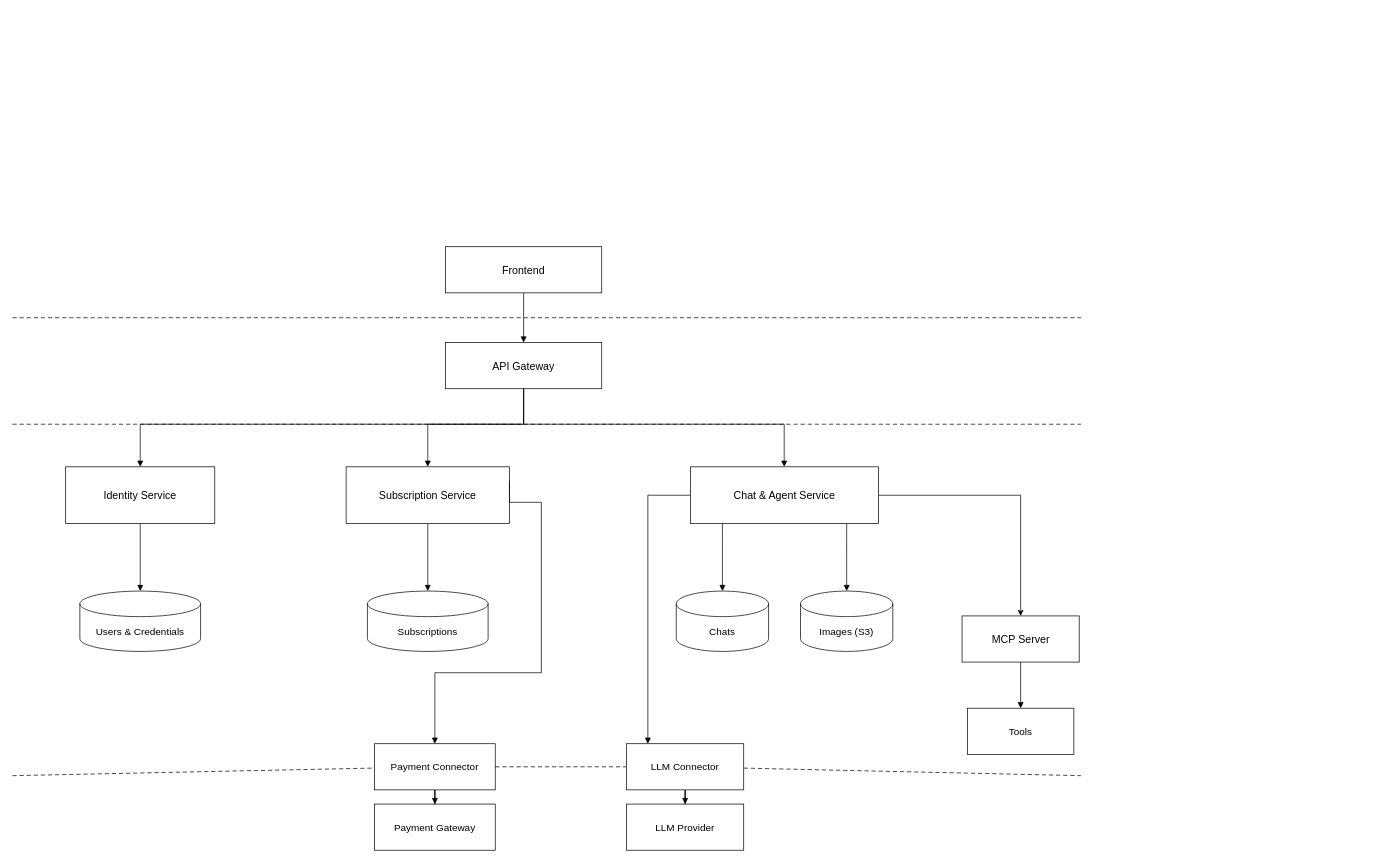
ilyascw/ai-th-microservices keeps this draw.io diagram as Microservices.drawio. Above is the earlier version. Source tidied: cells renumbered, new cells numbered last; positions are measured from the earlier drawing's top-left corner, leaving out a move shared by most shapes. Both pictures are drawn from the tidied source at 71%, with x=0, y=0 at pixel (12, 246).
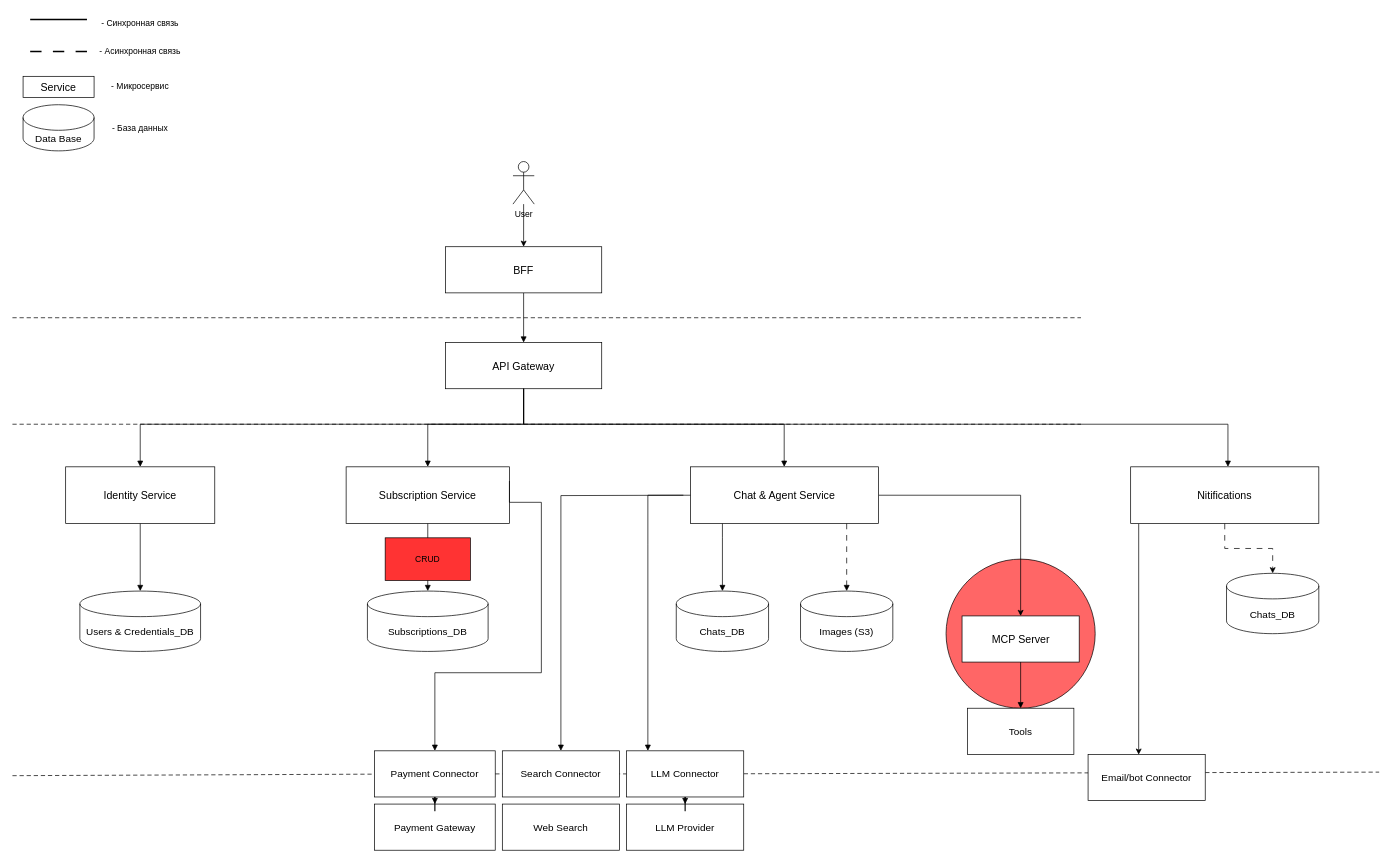
Above is the later version.

Commit message (it also covers changes not shown here):
Update microservices diagram and rendering notes

The change refers to these unchanged cells:
```xml
<mxCell id="2" value="API Gateway" style="rounded=0;whiteSpace=wrap;html=1;fillColor=#FFFFFF;strokeColor=#000000;strokeWidth=1;fontColor=#000000;fontSize=15;" parent="1" vertex="1">
  <mxGeometry x="610" y="135" width="220" height="65" as="geometry" />
</mxCell>
<mxCell id="6" value="Chat &amp;amp; Agent Service" style="rounded=0;whiteSpace=wrap;html=1;fillColor=#FFFFFF;strokeColor=#000000;strokeWidth=1;fontColor=#000000;fontSize=15;" parent="1" vertex="1">
  <mxGeometry x="955" y="310" width="265" height="80" as="geometry" />
</mxCell>
<mxCell id="10" value="Images (S3)" style="shape=cylinder3;whiteSpace=wrap;html=1;boundedLbl=1;backgroundOutline=1;size=18;fillColor=#FFFFFF;strokeColor=#000000;strokeWidth=1;fontColor=#000000;fontSize=14;" parent="1" vertex="1">
  <mxGeometry x="1110" y="485" width="130" height="85" as="geometry" />
</mxCell>
```

The edit, as a diff of the source:
```diff
@@
+    <mxCell id="36" style="ellipse;whiteSpace=wrap;html=1;shapeInside=1;fillColor=#FF6666;" parent="1" vertex="1">
+      <mxGeometry x="1315" y="440" width="210" height="210" as="geometry" />
+    </mxCell>
@@
-    <mxCell id="7" value="Users &amp;amp; Credentials" style="shape=cylinder3;whiteSpace=wrap;html=1;boundedLbl=1;backgroundOutline=1;size=18;fillColor=#FFFFFF;strokeColor=#000000;strokeWidth=1;fontColor=#000000;fontSize=14;" parent="1" vertex="1">
+    <mxCell id="7" value="Users &amp;amp; Credentials_DB" style="shape=cylinder3;whiteSpace=wrap;html=1;boundedLbl=1;backgroundOutline=1;size=18;fillColor=#FFFFFF;strokeColor=#000000;strokeWidth=1;fontColor=#000000;fontSize=14;" parent="1" vertex="1">
       <mxGeometry x="95" y="485" width="170" height="85" as="geometry" />
     </mxCell>
-    <mxCell id="8" value="Subscriptions" style="shape=cylinder3;whiteSpace=wrap;html=1;boundedLbl=1;backgroundOutline=1;size=18;fillColor=#FFFFFF;strokeColor=#000000;strokeWidth=1;fontColor=#000000;fontSize=14;" parent="1" vertex="1">
+    <mxCell id="8" value="Subscriptions_DB" style="shape=cylinder3;whiteSpace=wrap;html=1;boundedLbl=1;backgroundOutline=1;size=18;fillColor=#FFFFFF;strokeColor=#000000;strokeWidth=1;fontColor=#000000;fontSize=14;" parent="1" vertex="1">
       <mxGeometry x="500" y="485" width="170" height="85" as="geometry" />
     </mxCell>
-    <mxCell id="9" value="Chats" style="shape=cylinder3;whiteSpace=wrap;html=1;boundedLbl=1;backgroundOutline=1;size=18;fillColor=#FFFFFF;strokeColor=#000000;strokeWidth=1;fontColor=#000000;fontSize=14;" parent="1" vertex="1">
+    <mxCell id="9" value="Chats_DB" style="shape=cylinder3;whiteSpace=wrap;html=1;boundedLbl=1;backgroundOutline=1;size=18;fillColor=#FFFFFF;strokeColor=#000000;strokeWidth=1;fontColor=#000000;fontSize=14;" parent="1" vertex="1">
       <mxGeometry x="935" y="485" width="130" height="85" as="geometry" />
     </mxCell>
@@
-    <mxCell id="22" style="edgeStyle=orthogonalEdgeStyle;rounded=0;jettySize=auto;html=1;endArrow=block;endFill=1;strokeColor=#000000;fontColor=#000000;labelBackgroundColor=#FFFFFF;" parent="1" edge="1" source="6" target="10">
+    <mxCell id="22" style="edgeStyle=orthogonalEdgeStyle;rounded=0;jettySize=auto;html=1;endArrow=block;endFill=1;strokeColor=#000000;fontColor=#000000;labelBackgroundColor=#FFFFFF;dashed=1;dashPattern=8 8;" parent="1" edge="1" source="6" target="10">
       <mxGeometry relative="1" as="geometry">
         <Array as="points">
           <mxPoint x="1175" y="420" />
           <mxPoint x="1175" y="420" />
         </Array>
       </mxGeometry>
     </mxCell>
@@
     <mxCell id="30" style="endArrow=none;startArrow=none;dashed=1;dashPattern=6 4;html=1;strokeColor=#000000;strokeWidth=1;" parent="1" edge="1" source="34">
       <mxGeometry relative="1" as="geometry">
-        <mxPoint x="1505" y="745" as="targetPoint" />
+        <mxPoint x="1925" y="740" as="targetPoint" />
       </mxGeometry>
     </mxCell>
@@
     <mxCell id="32" value="Payment Connector" style="rounded=0;whiteSpace=wrap;html=1;fillColor=#FFFFFF;strokeColor=#000000;strokeWidth=1;fontColor=#000000;fontSize=14;" parent="1" vertex="1">
-      <mxGeometry x="510" y="700" width="170" height="65" as="geometry" />
+      <mxGeometry x="510" y="710" width="170" height="65" as="geometry" />
     </mxCell>
@@
     <mxCell id="34" value="LLM Connector" style="rounded=0;whiteSpace=wrap;html=1;fillColor=#FFFFFF;strokeColor=#000000;strokeWidth=1;fontColor=#000000;fontSize=14;" parent="1" vertex="1">
-      <mxGeometry x="865" y="700" width="165" height="65" as="geometry" />
+      <mxGeometry x="865" y="710" width="165" height="65" as="geometry" />
     </mxCell>
-    <mxCell id="35" value="Frontend" style="rounded=0;whiteSpace=wrap;html=1;fillColor=#FFFFFF;strokeColor=#000000;strokeWidth=1;fontColor=#000000;fontSize=15;" parent="1" vertex="1">
+    <mxCell id="35" value="BFF" style="rounded=0;whiteSpace=wrap;html=1;fillColor=#FFFFFF;strokeColor=#000000;strokeWidth=1;fontColor=#000000;fontSize=15;" parent="1" vertex="1">
       <mxGeometry x="610" width="220" height="65" as="geometry" />
     </mxCell>
+    <mxCell id="37" value="Service" style="rounded=0;whiteSpace=wrap;html=1;fillColor=#FFFFFF;strokeColor=#000000;strokeWidth=1;fontColor=#000000;fontSize=15;" parent="1" vertex="1">
+      <mxGeometry x="15" y="-240" width="100" height="30" as="geometry" />
+    </mxCell>
+    <mxCell id="38" value="Data Base" style="shape=cylinder3;whiteSpace=wrap;html=1;boundedLbl=1;backgroundOutline=1;size=18;fillColor=#FFFFFF;strokeColor=#000000;strokeWidth=1;fontColor=#000000;fontSize=14;" parent="1" vertex="1">
+      <mxGeometry x="15" y="-200" width="100" height="65" as="geometry" />
+    </mxCell>
+    <mxCell id="39" style="edgeStyle=orthogonalEdgeStyle;rounded=0;jettySize=auto;html=1;defaultLabelBackgroundColor=page;labelPadding=0 4;" parent="1" edge="1" source="40" target="35">
+      <mxGeometry relative="1" as="geometry" />
+    </mxCell>
+    <mxCell id="40" value="User" style="shape=umlActor;verticalLabelPosition=bottom;verticalAlign=top;html=1;outlineConnect=0;labelPerimeter=1;" parent="1" vertex="1">
+      <mxGeometry x="705" y="-120" width="30" height="60" as="geometry" />
+    </mxCell>
+    <mxCell id="41" value="- База данных" style="text;html=1;whiteSpace=wrap;strokeColor=none;fillColor=none;align=center;verticalAlign=middle;rounded=0;" parent="1" vertex="1">
+      <mxGeometry x="115" y="-182.5" width="130" height="30" as="geometry" />
+    </mxCell>
+    <mxCell id="42" value="- Микросервис" style="text;html=1;whiteSpace=wrap;strokeColor=none;fillColor=none;align=center;verticalAlign=middle;rounded=0;" parent="1" vertex="1">
+      <mxGeometry x="115" y="-240" width="130" height="30" as="geometry" />
+    </mxCell>
+    <mxCell id="43" style="edgeStyle=none;orthogonalLoop=1;jettySize=auto;html=1;rounded=0;defaultLabelBackgroundColor=page;labelPadding=0 4;strokeWidth=2;endArrow=none;endFill=0;" parent="1" edge="1">
+      <mxGeometry relative="1" as="geometry">
+        <mxPoint x="25" y="-320" as="sourcePoint" />
+        <mxPoint x="105" y="-320" as="targetPoint" />
+      </mxGeometry>
+    </mxCell>
+    <mxCell id="44" value="- Синхронная связь" style="text;html=1;whiteSpace=wrap;strokeColor=none;fillColor=none;align=center;verticalAlign=middle;rounded=0;" parent="1" vertex="1">
+      <mxGeometry x="115" y="-330" width="130" height="30" as="geometry" />
+    </mxCell>
+    <mxCell id="45" value="- Асинхронная связь" style="text;html=1;whiteSpace=wrap;strokeColor=none;fillColor=none;align=center;verticalAlign=middle;rounded=0;" parent="1" vertex="1">
+      <mxGeometry x="115" y="-290" width="130" height="30" as="geometry" />
+    </mxCell>
+    <mxCell id="46" style="edgeStyle=none;orthogonalLoop=1;jettySize=auto;html=1;rounded=0;defaultLabelBackgroundColor=page;labelPadding=0 4;strokeWidth=2;endArrow=none;endFill=0;dashed=1;dashPattern=8 8;" parent="1" edge="1">
+      <mxGeometry relative="1" as="geometry">
+        <mxPoint x="25" y="-275" as="sourcePoint" />
+        <mxPoint x="105" y="-275" as="targetPoint" />
+      </mxGeometry>
+    </mxCell>
+    <mxCell id="47" style="edgeStyle=orthogonalEdgeStyle;rounded=0;jettySize=auto;html=1;endArrow=block;endFill=1;strokeColor=#000000;fontColor=#000000;labelBackgroundColor=#FFFFFF;entryX=0.5;entryY=0;entryDx=0;entryDy=0;" parent="1" edge="1" target="48">
+      <mxGeometry x="0.31" relative="1" as="geometry">
+        <mxPoint x="945" y="350" as="sourcePoint" />
+      </mxGeometry>
+    </mxCell>
+    <mxCell id="48" value="Search Connector" style="rounded=0;whiteSpace=wrap;html=1;fillColor=#FFFFFF;strokeColor=#000000;strokeWidth=1;fontColor=#000000;fontSize=14;" parent="1" vertex="1">
+      <mxGeometry x="690" y="710" width="165" height="65" as="geometry" />
+    </mxCell>
+    <mxCell id="49" value="Web Search" style="rounded=0;whiteSpace=wrap;html=1;fillColor=#FFFFFF;strokeColor=#000000;strokeWidth=1;fontColor=#000000;fontSize=14;" parent="1" vertex="1">
+      <mxGeometry x="690" y="785" width="165" height="65" as="geometry" />
+    </mxCell>
+    <mxCell id="50" style="edgeStyle=orthogonalEdgeStyle;rounded=0;jettySize=auto;html=1;entryX=0.432;entryY=0.006;entryDx=0;entryDy=0;defaultLabelBackgroundColor=page;labelPadding=0 4;entryPerimeter=0;" parent="1" edge="1" source="51" target="54">
+      <mxGeometry x="0.02" relative="1" as="geometry">
+        <Array as="points">
+          <mxPoint x="1586.3" y="530" />
+          <mxPoint x="1586.3" y="530" />
+        </Array>
+      </mxGeometry>
+    </mxCell>
+    <mxCell id="51" value="Nitifications" style="rounded=0;whiteSpace=wrap;html=1;fillColor=#FFFFFF;strokeColor=#000000;strokeWidth=1;fontColor=#000000;fontSize=15;" parent="1" vertex="1">
+      <mxGeometry x="1575" y="310" width="265" height="80" as="geometry" />
+    </mxCell>
+    <mxCell id="52" style="edgeStyle=orthogonalEdgeStyle;rounded=0;jettySize=auto;html=1;endArrow=block;endFill=1;strokeColor=#000000;fontColor=#000000;labelBackgroundColor=#FFFFFF;exitX=0.5;exitY=1;exitDx=0;exitDy=0;" parent="1" edge="1" source="2">
+      <mxGeometry x="0.57" relative="1" as="geometry">
+        <mxPoint x="1712" y="310" as="targetPoint" />
+        <Array as="points">
+          <mxPoint x="720" y="250" />
+          <mxPoint x="1712" y="250" />
+        </Array>
+      </mxGeometry>
+    </mxCell>
+    <mxCell id="53" value="Chats_DB" style="shape=cylinder3;whiteSpace=wrap;html=1;boundedLbl=1;backgroundOutline=1;size=18;fillColor=#FFFFFF;strokeColor=#000000;strokeWidth=1;fontColor=#000000;fontSize=14;" parent="1" vertex="1">
+      <mxGeometry x="1710" y="460" width="130" height="85" as="geometry" />
+    </mxCell>
+    <mxCell id="54" value="Email/bot Connector" style="rounded=0;whiteSpace=wrap;html=1;fillColor=#FFFFFF;strokeColor=#000000;strokeWidth=1;fontColor=#000000;fontSize=14;" parent="1" vertex="1">
+      <mxGeometry x="1515" y="715" width="165" height="65" as="geometry" />
+    </mxCell>
+    <mxCell id="55" style="edgeStyle=orthogonalEdgeStyle;rounded=0;jettySize=auto;html=1;entryX=0.5;entryY=0;entryDx=0;entryDy=0;entryPerimeter=0;defaultLabelBackgroundColor=page;labelPadding=0 4;dashed=1;dashPattern=8 8;" parent="1" edge="1" source="51" target="53">
+      <mxGeometry relative="1" as="geometry" />
+    </mxCell>
+    <mxCell id="56" value="CRUD" style="rounded=0;whiteSpace=wrap;html=1;fillColor=#FF3333;" parent="1" vertex="1">
+      <mxGeometry x="525" y="410" width="120" height="60" as="geometry" />
+    </mxCell>
```
